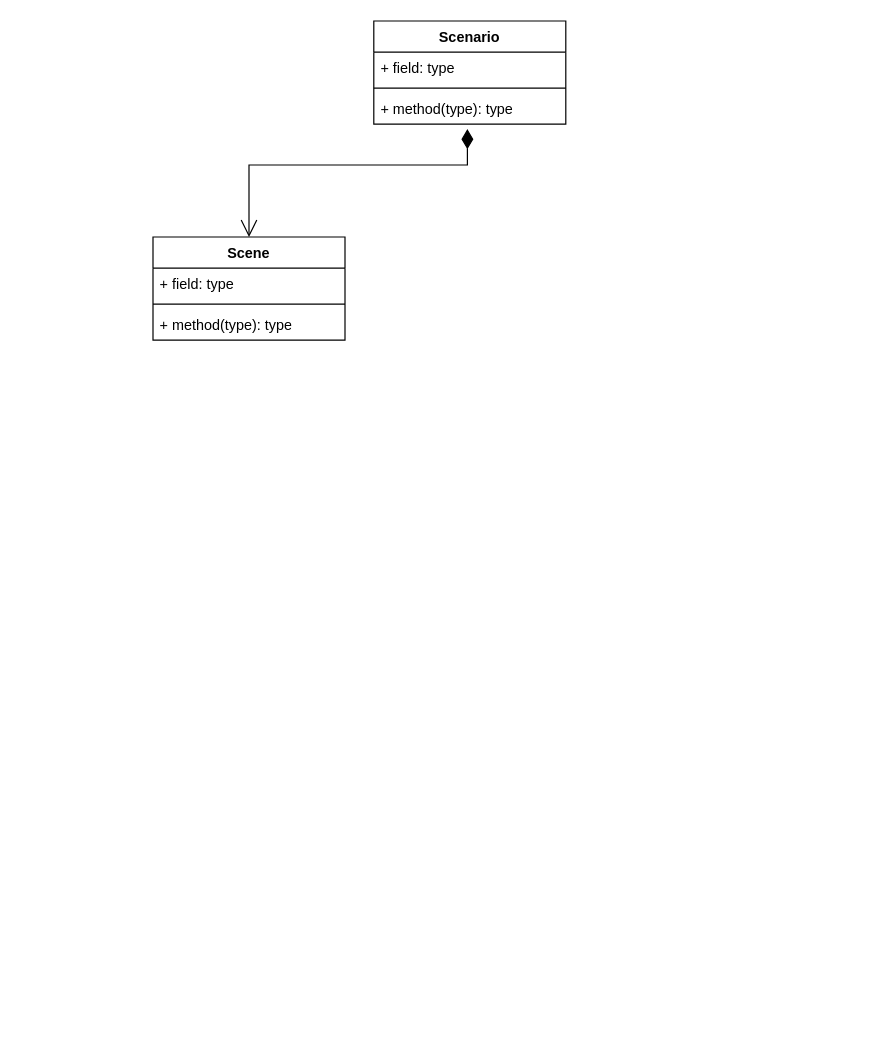
Earlier version of the draw.io diagram projetCinema.drawio (mathis-saunier/ProjetCine). Source tidied: cells renumbered, new cells numbered last; positions are measured from the earlier drawing's top-left corner, leaving out a move shared by most shapes. Both pictures are drawn from the tidied source at 120%, with x=0, y=0 at pixel (152, 20).
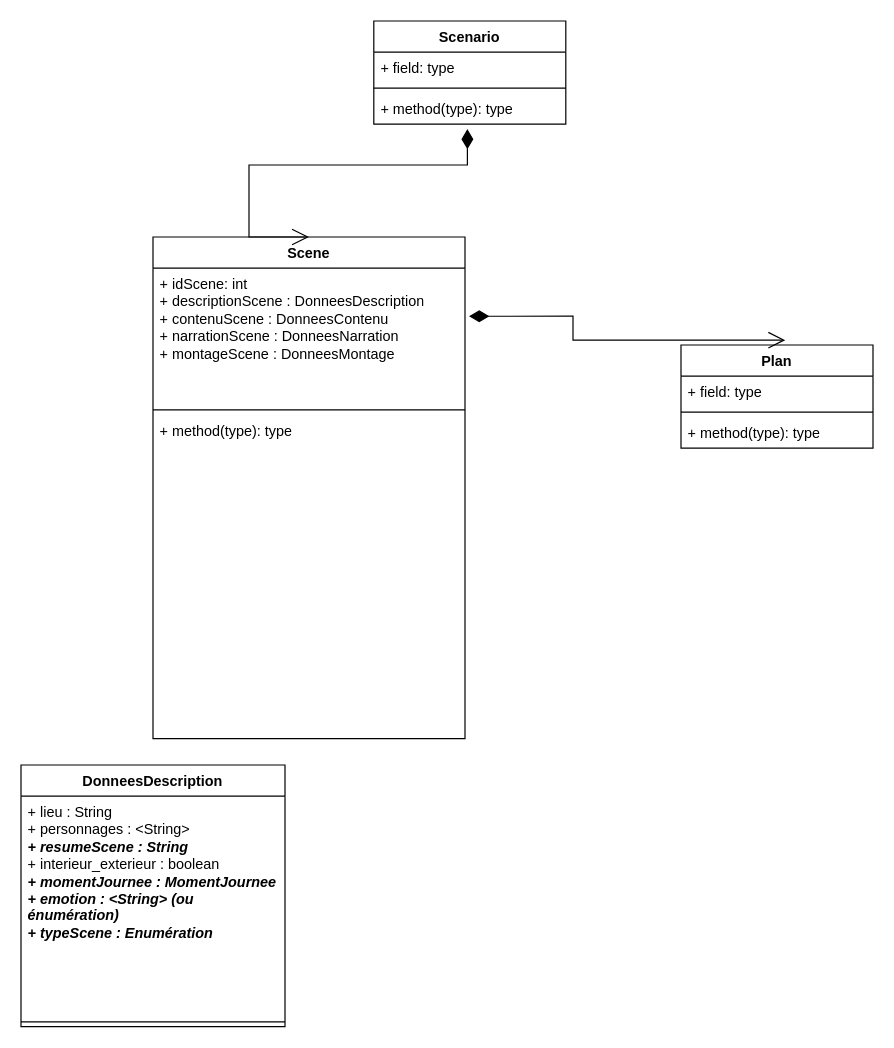
The same page after the edit.

Commit message:
Mettre à jour projetCinema.drawio

Change to the diagram source:
```diff
@@
     <mxCell id="6" value="Scene" style="swimlane;fontStyle=1;align=center;verticalAlign=top;horizontal=1;startSize=26;whiteSpace=wrap;html=1;" parent="1" vertex="1">
-      <mxGeometry y="180" width="160" height="86" as="geometry" />
+      <mxGeometry y="180" width="260" height="418" as="geometry" />
     </mxCell>
-    <mxCell id="7" value="+ field: type" style="text;strokeColor=none;fillColor=none;align=left;verticalAlign=top;spacingLeft=4;spacingRight=4;overflow=hidden;whiteSpace=wrap;html=1;" parent="6" vertex="1">
-      <mxGeometry y="26" width="160" height="26" as="geometry" />
+    <mxCell id="7" value="+ idScene: int&lt;div&gt;+ descriptionScene : DonneesDescription&lt;/div&gt;&lt;div&gt;+ contenuScene : DonneesContenu&lt;/div&gt;&lt;div&gt;+ narrationScene : DonneesNarration&lt;/div&gt;&lt;div&gt;+ montageScene : DonneesMontage&lt;/div&gt;" style="text;strokeColor=none;fillColor=none;align=left;verticalAlign=top;spacingLeft=4;spacingRight=4;overflow=hidden;whiteSpace=wrap;html=1;" parent="6" vertex="1">
+      <mxGeometry y="26" width="260" height="114" as="geometry" />
     </mxCell>
     <mxCell id="8" style="line;strokeWidth=1;fillColor=none;align=left;verticalAlign=middle;spacingTop=-1;spacingLeft=3;spacingRight=3;labelPosition=right;strokeColor=inherit;" parent="6" vertex="1">
-      <mxGeometry y="52" width="160" height="8" as="geometry" />
+      <mxGeometry y="140" width="260" height="8" as="geometry" />
     </mxCell>
     <mxCell id="9" value="+ method(type): type" style="text;strokeColor=none;fillColor=none;align=left;verticalAlign=top;spacingLeft=4;spacingRight=4;overflow=hidden;whiteSpace=wrap;html=1;" parent="6" vertex="1">
-      <mxGeometry y="60" width="160" height="26" as="geometry" />
+      <mxGeometry y="148" width="260" height="270" as="geometry" />
     </mxCell>
@@
+    <mxCell id="11" value="Plan" style="swimlane;fontStyle=1;align=center;verticalAlign=top;horizontal=1;startSize=26;whiteSpace=wrap;html=1;" parent="1" vertex="1">
+      <mxGeometry x="440" y="270" width="160" height="86" as="geometry" />
+    </mxCell>
+    <mxCell id="12" value="+ field: type" style="text;strokeColor=none;fillColor=none;align=left;verticalAlign=top;spacingLeft=4;spacingRight=4;overflow=hidden;whiteSpace=wrap;html=1;" parent="11" vertex="1">
+      <mxGeometry y="26" width="160" height="26" as="geometry" />
+    </mxCell>
+    <mxCell id="13" style="line;strokeWidth=1;fillColor=none;align=left;verticalAlign=middle;spacingTop=-1;spacingLeft=3;spacingRight=3;labelPosition=right;strokeColor=inherit;" parent="11" vertex="1">
+      <mxGeometry y="52" width="160" height="8" as="geometry" />
+    </mxCell>
+    <mxCell id="14" value="+ method(type): type" style="text;strokeColor=none;fillColor=none;align=left;verticalAlign=top;spacingLeft=4;spacingRight=4;overflow=hidden;whiteSpace=wrap;html=1;" parent="11" vertex="1">
+      <mxGeometry y="60" width="160" height="26" as="geometry" />
+    </mxCell>
+    <mxCell id="15" style="endArrow=open;html=1;endSize=12;startArrow=diamondThin;startSize=14;startFill=1;edgeStyle=orthogonalEdgeStyle;align=left;verticalAlign=bottom;rounded=0;entryX=0.543;entryY=-0.047;entryDx=0;entryDy=0;entryPerimeter=0;exitX=1.013;exitY=0.158;exitDx=0;exitDy=0;exitPerimeter=0;" parent="1" edge="1" source="6" target="11">
+      <mxGeometry x="-1" y="3" relative="1" as="geometry" />
+    </mxCell>
+    <mxCell id="16" value="DonneesDescription" style="swimlane;fontStyle=1;align=center;verticalAlign=top;horizontal=1;startSize=26;whiteSpace=wrap;html=1;" parent="1" vertex="1">
+      <mxGeometry x="-110" y="620" width="220" height="218" as="geometry" />
+    </mxCell>
+    <mxCell id="17" value="+ lieu : String&lt;div&gt;+ personnages : &amp;lt;String&amp;gt;&lt;/div&gt;&lt;div&gt;&lt;i&gt;&lt;b&gt;+ resumeScene : String&lt;/b&gt;&lt;/i&gt;&lt;/div&gt;&lt;div&gt;+ interieur_exterieur : boolean&lt;/div&gt;&lt;div&gt;&lt;b&gt;&lt;i&gt;+ momentJournee : MomentJournee&lt;/i&gt;&lt;/b&gt;&lt;/div&gt;&lt;div&gt;&lt;b&gt;&lt;i&gt;+ emotion : &amp;lt;String&amp;gt; (ou énumération)&lt;/i&gt;&lt;/b&gt;&lt;/div&gt;&lt;div&gt;&lt;b&gt;&lt;i&gt;+ typeScene : Enumération&lt;/i&gt;&lt;/b&gt;&lt;/div&gt;" style="text;strokeColor=none;fillColor=none;align=left;verticalAlign=top;spacingLeft=4;spacingRight=4;overflow=hidden;whiteSpace=wrap;html=1;" parent="16" vertex="1">
+      <mxGeometry y="26" width="220" height="184" as="geometry" />
+    </mxCell>
+    <mxCell id="18" style="line;strokeWidth=1;fillColor=none;align=left;verticalAlign=middle;spacingTop=-1;spacingLeft=3;spacingRight=3;labelPosition=right;strokeColor=inherit;" parent="16" vertex="1">
+      <mxGeometry y="210" width="220" height="8" as="geometry" />
+    </mxCell>
```
